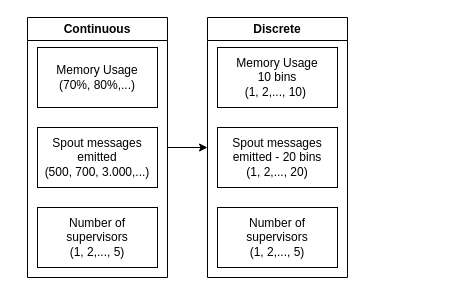
Earlier version of the draw.io diagram page "state-discretization" (2 of 3) of draw-io/flows.drawio (Lemionday/thesis-report). Source tidied: cells renumbered, new cells numbered last; positions are measured from the earlier drawing's top-left corner, leaving out a move shared by most shapes. Both pictures are drawn from the tidied source at 100%, with x=0, y=0 at pixel (27, 17).
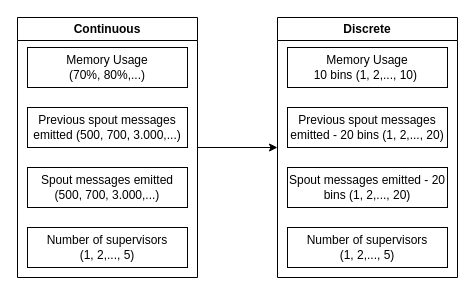
Above is the later version.

The edit, as a diff of the source:
```diff
@@
 <mxGraphModel>
   <root>
     <mxCell id="0" />
     <mxCell id="1" parent="0" />
     <mxCell id="2" value="Memory Usage&lt;div&gt;(70%, 80%,...)&lt;/div&gt;" style="rounded=0;whiteSpace=wrap;html=1;" parent="1" vertex="1">
-      <mxGeometry x="10" y="30" width="120" height="60" as="geometry" />
+      <mxGeometry y="30" width="160" height="40" as="geometry" />
     </mxCell>
-    <mxCell id="3" value="Spout messages emitted&lt;div&gt;(500, 700, 3.000,...)&lt;/div&gt;" style="rounded=0;whiteSpace=wrap;html=1;" parent="1" vertex="1">
-      <mxGeometry x="10" y="110" width="120" height="60" as="geometry" />
-    </mxCell>
-    <mxCell id="4" value="Number of supervisors&lt;div&gt;(1, 2,..., 5)&lt;/div&gt;" style="rounded=0;whiteSpace=wrap;html=1;" parent="1" vertex="1">
-      <mxGeometry x="10" y="190" width="120" height="60" as="geometry" />
-    </mxCell>
     <mxCell id="5" style="edgeStyle=orthogonalEdgeStyle;rounded=0;jettySize=auto;html=1;entryX=0;entryY=0.5;entryDx=0;entryDy=0;" parent="1" edge="1" source="6" target="10">
       <mxGeometry relative="1" as="geometry" />
     </mxCell>
     <mxCell id="6" value="Continuous" style="swimlane;whiteSpace=wrap;html=1;" parent="1" vertex="1">
-      <mxGeometry width="140" height="260" as="geometry" />
+      <mxGeometry x="-10" width="180" height="260" as="geometry" />
     </mxCell>
+    <mxCell id="4" value="Number of supervisors&lt;div&gt;(1, 2,..., 5)&lt;/div&gt;" style="rounded=0;whiteSpace=wrap;html=1;" parent="6" vertex="1">
+      <mxGeometry x="10" y="210" width="160" height="40" as="geometry" />
+    </mxCell>
+    <mxCell id="11" value="Spout messages emitted&lt;div&gt;(500, 700, 3.000,...)&lt;/div&gt;" style="rounded=0;whiteSpace=wrap;html=1;" parent="6" vertex="1">
+      <mxGeometry x="10" y="150" width="160" height="40" as="geometry" />
+    </mxCell>
+    <mxCell id="3" value="Previous spout messages emitted&amp;nbsp;&lt;span style=&quot;background-color: transparent; color: light-dark(rgb(0, 0, 0), rgb(255, 255, 255));&quot;&gt;(500, 700, 3.000,...)&lt;/span&gt;" style="rounded=0;whiteSpace=wrap;html=1;" parent="6" vertex="1">
+      <mxGeometry x="10" y="90" width="160" height="40" as="geometry" />
+    </mxCell>
-    <mxCell id="7" value="Memory Usage&lt;div&gt;10 bins&lt;div&gt;(1, 2,..., 10)&amp;nbsp;&lt;/div&gt;&lt;/div&gt;" style="rounded=0;whiteSpace=wrap;html=1;" parent="1" vertex="1">
-      <mxGeometry x="190" y="30" width="120" height="60" as="geometry" />
+    <mxCell id="7" value="Memory Usage&lt;div&gt;10 bins&amp;nbsp;&lt;span style=&quot;background-color: transparent; color: light-dark(rgb(0, 0, 0), rgb(255, 255, 255));&quot;&gt;(1, 2,..., 10)&amp;nbsp;&lt;/span&gt;&lt;/div&gt;" style="rounded=0;whiteSpace=wrap;html=1;" parent="1" vertex="1">
+      <mxGeometry x="260" y="30" width="160" height="40" as="geometry" />
     </mxCell>
+    <mxCell id="10" value="Discrete" style="swimlane;whiteSpace=wrap;html=1;" parent="1" vertex="1">
+      <mxGeometry x="250" width="180" height="260" as="geometry" />
+    </mxCell>
+    <mxCell id="9" value="Number of supervisors&lt;div&gt;(1, 2,..., 5)&lt;/div&gt;" style="rounded=0;whiteSpace=wrap;html=1;" parent="10" vertex="1">
+      <mxGeometry x="10" y="210" width="160" height="40" as="geometry" />
+    </mxCell>
+    <mxCell id="12" value="Spout messages emitted - 20 bins&amp;nbsp;&lt;span style=&quot;background-color: transparent; color: light-dark(rgb(0, 0, 0), rgb(255, 255, 255));&quot;&gt;(1, 2,..., 20)&lt;/span&gt;" style="rounded=0;whiteSpace=wrap;html=1;" parent="10" vertex="1">
+      <mxGeometry x="10" y="150" width="160" height="40" as="geometry" />
+    </mxCell>
-    <mxCell id="8" value="Spout messages emitted - 20 bins&lt;div&gt;(1, 2,..., 20)&lt;/div&gt;" style="rounded=0;whiteSpace=wrap;html=1;" parent="1" vertex="1">
-      <mxGeometry x="190" y="110" width="120" height="60" as="geometry" />
+    <mxCell id="8" value="Previous spout messages emitted -&amp;nbsp;&lt;span style=&quot;background-color: transparent; color: light-dark(rgb(0, 0, 0), rgb(255, 255, 255));&quot;&gt;20 bins&amp;nbsp;&lt;/span&gt;&lt;span style=&quot;background-color: transparent; color: light-dark(rgb(0, 0, 0), rgb(255, 255, 255));&quot;&gt;(1, 2,..., 20)&lt;/span&gt;" style="rounded=0;whiteSpace=wrap;html=1;" parent="10" vertex="1">
+      <mxGeometry x="10" y="90" width="160" height="40" as="geometry" />
     </mxCell>
-    <mxCell id="9" value="Number of supervisors&lt;div&gt;(1, 2,..., 5)&lt;/div&gt;" style="rounded=0;whiteSpace=wrap;html=1;" parent="1" vertex="1">
-      <mxGeometry x="190" y="190" width="120" height="60" as="geometry" />
-    </mxCell>
-    <mxCell id="10" value="Discrete" style="swimlane;whiteSpace=wrap;html=1;" parent="1" vertex="1">
-      <mxGeometry x="180" width="140" height="260" as="geometry" />
-    </mxCell>
   </root>
 </mxGraphModel>
```
